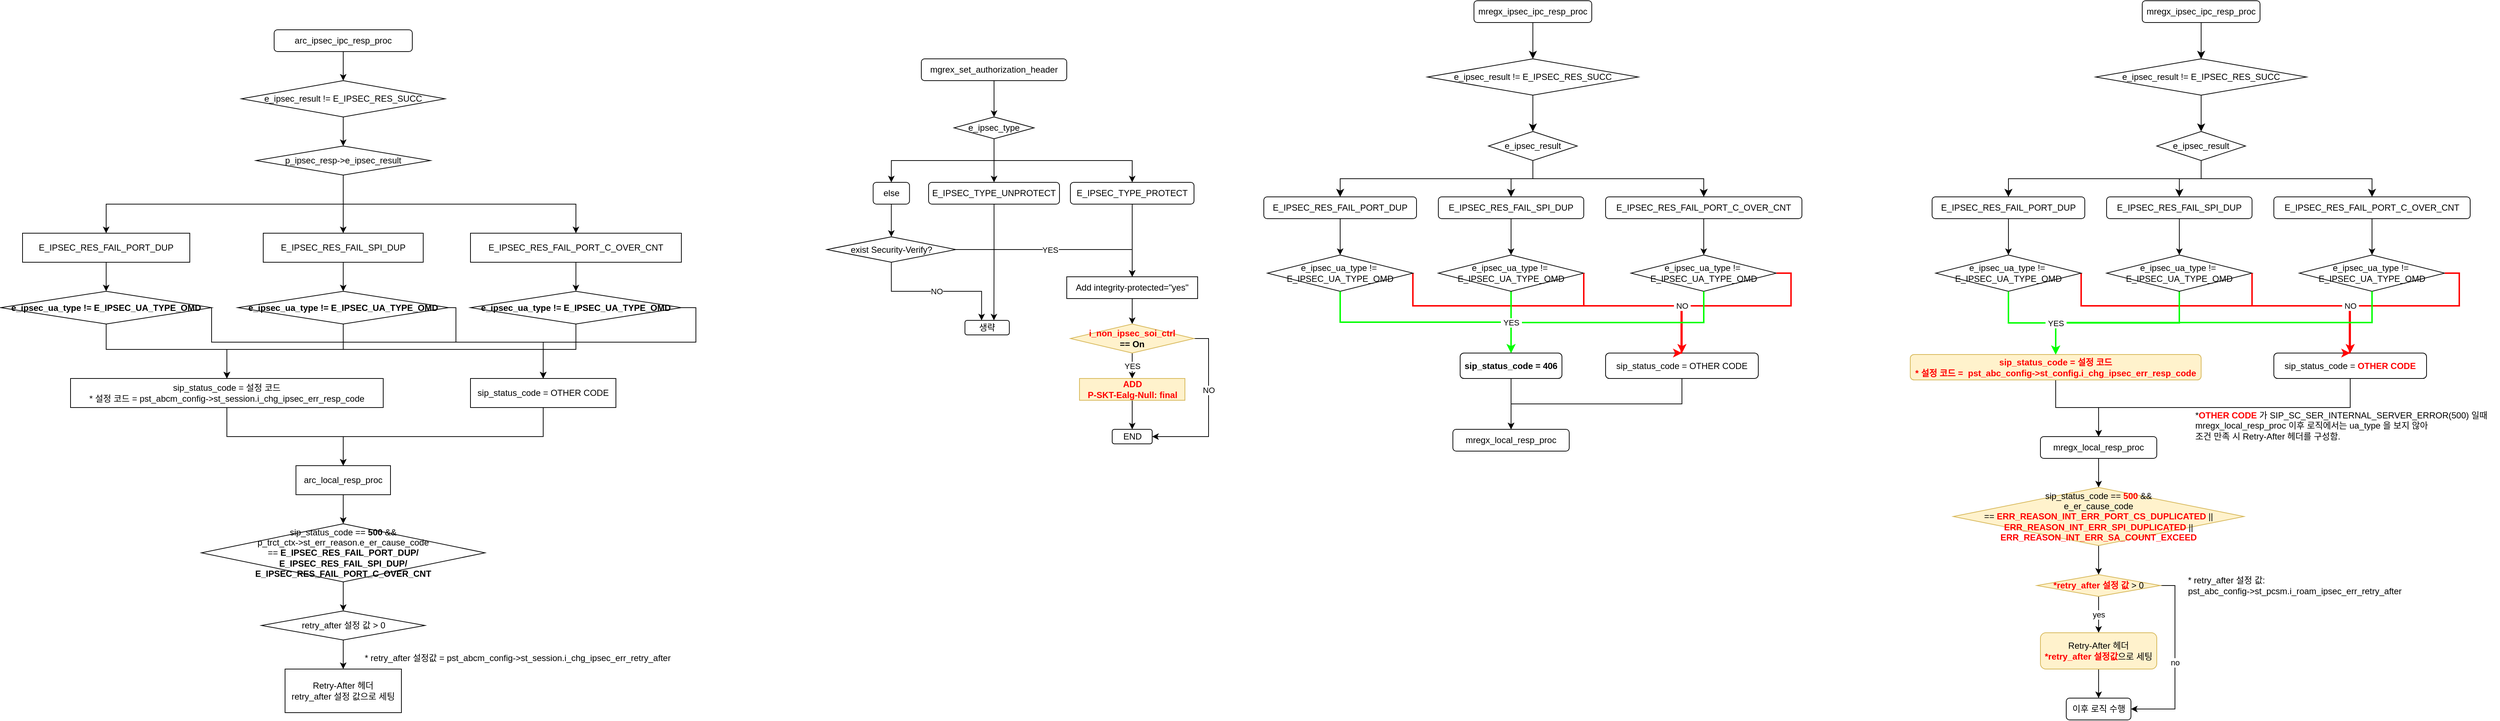
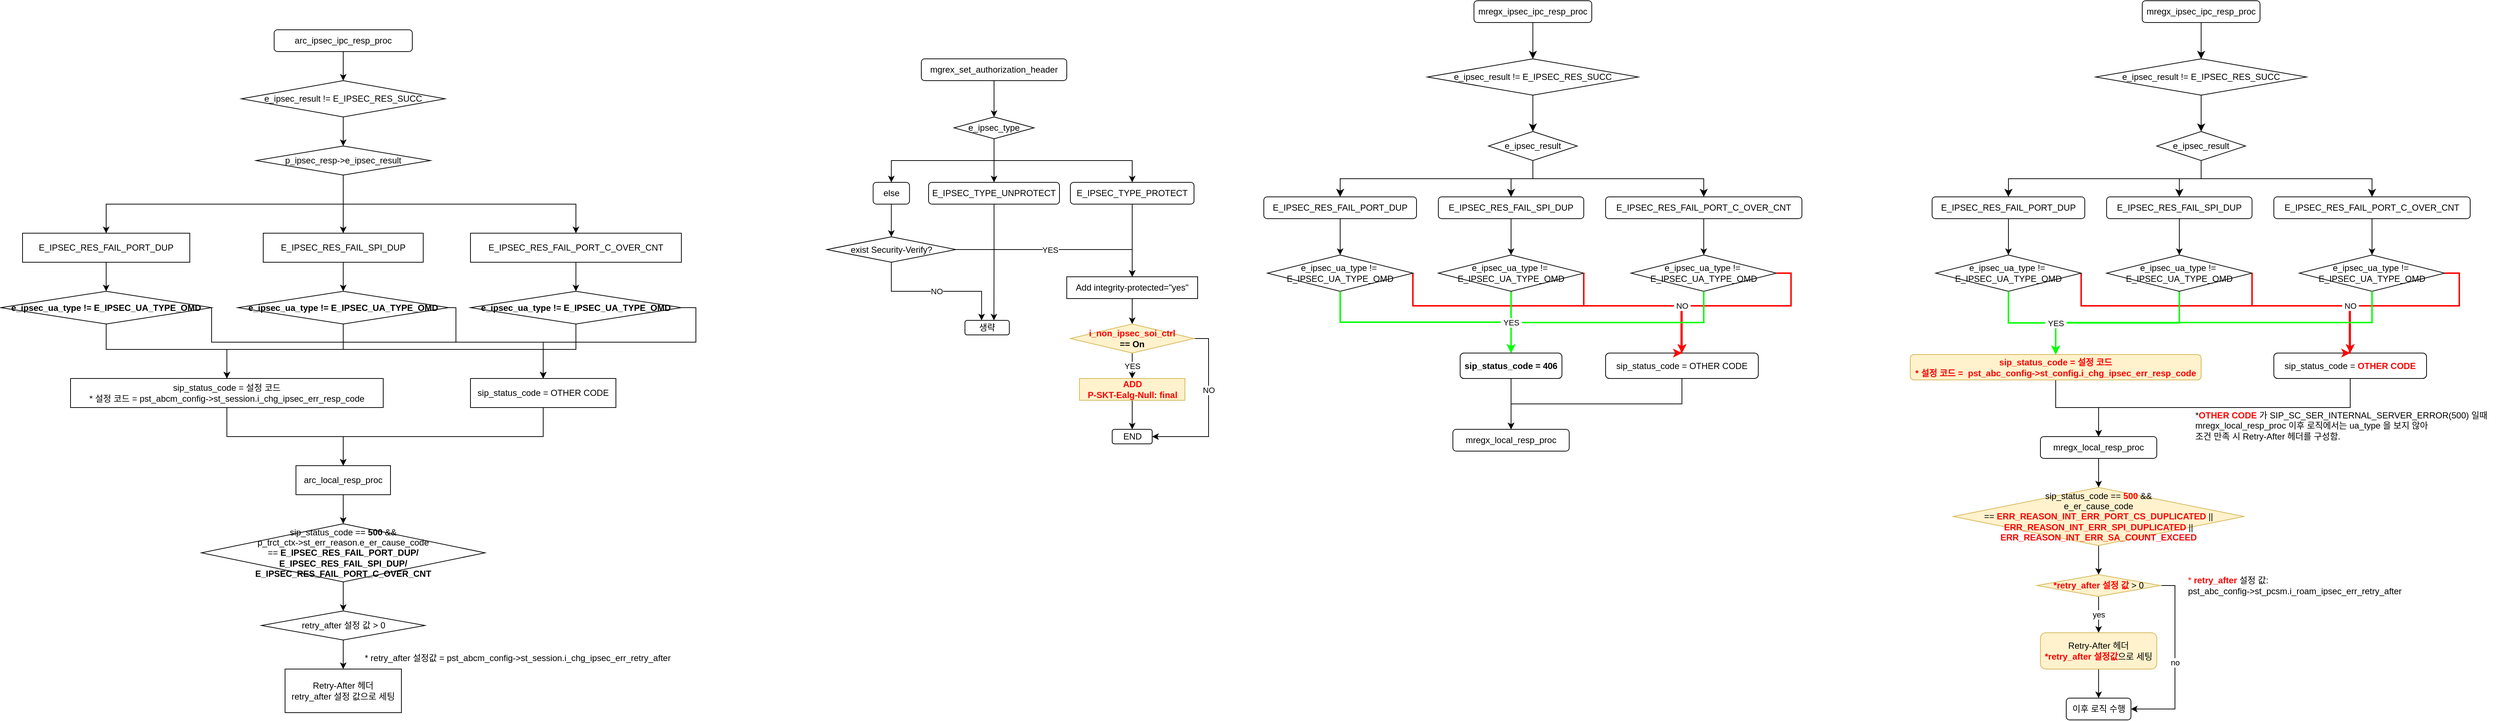
<mxfile host="app.diagrams.net">
  <diagram name="페이지-1" id="m8fQX8wD3sIqdr1Rjxz5">
    <mxGraphModel dx="2057" dy="646" grid="1" gridSize="10" guides="1" tooltips="1" connect="1" arrows="1" fold="1" page="1" pageScale="1" pageWidth="827" pageHeight="1169" math="0" shadow="0">
      <root>
        <mxCell id="0" />
        <mxCell id="1" parent="0" />
        <mxCell id="ojS5_yHJFsPbv8XDm5Tb-1" edge="1" parent="1" source="ojS5_yHJFsPbv8XDm5Tb-2" style="edgeStyle=orthogonalEdgeStyle;rounded=0;orthogonalLoop=1;jettySize=auto;html=1;exitX=0.5;exitY=1;exitDx=0;exitDy=0;entryX=0.5;entryY=0;entryDx=0;entryDy=0;labelBackgroundColor=none;fontColor=default;" target="ojS5_yHJFsPbv8XDm5Tb-4">
          <mxGeometry relative="1" as="geometry" />
        </mxCell>
        <mxCell id="ojS5_yHJFsPbv8XDm5Tb-2" parent="1" style="rounded=1;whiteSpace=wrap;html=1;labelBackgroundColor=none;" value="arc_ipsec_ipc_resp_proc" vertex="1">
          <mxGeometry height="30" width="190" x="350" y="120" as="geometry" />
        </mxCell>
        <mxCell id="ojS5_yHJFsPbv8XDm5Tb-3" edge="1" parent="1" source="ojS5_yHJFsPbv8XDm5Tb-4" style="edgeStyle=orthogonalEdgeStyle;rounded=0;orthogonalLoop=1;jettySize=auto;html=1;exitX=0.5;exitY=1;exitDx=0;exitDy=0;entryX=0.5;entryY=0;entryDx=0;entryDy=0;labelBackgroundColor=none;fontColor=default;" target="ojS5_yHJFsPbv8XDm5Tb-8">
          <mxGeometry relative="1" as="geometry" />
        </mxCell>
        <mxCell id="ojS5_yHJFsPbv8XDm5Tb-4" parent="1" style="rhombus;whiteSpace=wrap;html=1;labelBackgroundColor=none;" value="e_ipsec_result != E_IPSEC_RES_SUCC" vertex="1">
          <mxGeometry height="50" width="280" x="305" y="190" as="geometry" />
        </mxCell>
        <mxCell id="ojS5_yHJFsPbv8XDm5Tb-5" edge="1" parent="1" source="ojS5_yHJFsPbv8XDm5Tb-8" style="edgeStyle=orthogonalEdgeStyle;rounded=0;orthogonalLoop=1;jettySize=auto;html=1;exitX=0.5;exitY=1;exitDx=0;exitDy=0;entryX=0.5;entryY=0;entryDx=0;entryDy=0;labelBackgroundColor=none;fontColor=default;" target="ojS5_yHJFsPbv8XDm5Tb-10">
          <mxGeometry relative="1" as="geometry" />
        </mxCell>
        <mxCell id="ojS5_yHJFsPbv8XDm5Tb-6" edge="1" parent="1" source="ojS5_yHJFsPbv8XDm5Tb-8" style="edgeStyle=orthogonalEdgeStyle;rounded=0;orthogonalLoop=1;jettySize=auto;html=1;exitX=0.5;exitY=1;exitDx=0;exitDy=0;entryX=0.5;entryY=0;entryDx=0;entryDy=0;labelBackgroundColor=none;fontColor=default;" target="ojS5_yHJFsPbv8XDm5Tb-12">
          <mxGeometry relative="1" as="geometry" />
        </mxCell>
        <mxCell id="ojS5_yHJFsPbv8XDm5Tb-7" edge="1" parent="1" source="ojS5_yHJFsPbv8XDm5Tb-8" style="edgeStyle=orthogonalEdgeStyle;rounded=0;orthogonalLoop=1;jettySize=auto;html=1;exitX=0.5;exitY=1;exitDx=0;exitDy=0;entryX=0.5;entryY=0;entryDx=0;entryDy=0;labelBackgroundColor=none;fontColor=default;" target="ojS5_yHJFsPbv8XDm5Tb-14">
          <mxGeometry relative="1" as="geometry" />
        </mxCell>
        <mxCell id="ojS5_yHJFsPbv8XDm5Tb-8" parent="1" style="rhombus;whiteSpace=wrap;html=1;labelBackgroundColor=none;" value="p_ipsec_resp-&amp;gt;e_ipsec_result" vertex="1">
          <mxGeometry height="40" width="240" x="325" y="280" as="geometry" />
        </mxCell>
        <mxCell id="ojS5_yHJFsPbv8XDm5Tb-9" edge="1" parent="1" source="ojS5_yHJFsPbv8XDm5Tb-10" style="edgeStyle=orthogonalEdgeStyle;rounded=0;orthogonalLoop=1;jettySize=auto;html=1;exitX=0.5;exitY=1;exitDx=0;exitDy=0;entryX=0.5;entryY=0;entryDx=0;entryDy=0;labelBackgroundColor=none;fontColor=default;" target="ojS5_yHJFsPbv8XDm5Tb-17">
          <mxGeometry relative="1" as="geometry" />
        </mxCell>
        <mxCell id="ojS5_yHJFsPbv8XDm5Tb-10" parent="1" style="rounded=0;whiteSpace=wrap;html=1;labelBackgroundColor=none;" value="E_IPSEC_RES_FAIL_PORT_DUP" vertex="1">
          <mxGeometry height="40" width="230" x="4" y="400" as="geometry" />
        </mxCell>
        <mxCell id="ojS5_yHJFsPbv8XDm5Tb-11" edge="1" parent="1" source="ojS5_yHJFsPbv8XDm5Tb-12" style="edgeStyle=orthogonalEdgeStyle;rounded=0;orthogonalLoop=1;jettySize=auto;html=1;exitX=0.5;exitY=1;exitDx=0;exitDy=0;entryX=0.5;entryY=0;entryDx=0;entryDy=0;labelBackgroundColor=none;fontColor=default;" target="ojS5_yHJFsPbv8XDm5Tb-20">
          <mxGeometry relative="1" as="geometry" />
        </mxCell>
        <mxCell id="ojS5_yHJFsPbv8XDm5Tb-12" parent="1" style="rounded=0;whiteSpace=wrap;html=1;labelBackgroundColor=none;" value="E_IPSEC_RES_FAIL_SPI_DUP" vertex="1">
          <mxGeometry height="40" width="220" x="335" y="400" as="geometry" />
        </mxCell>
        <mxCell id="ojS5_yHJFsPbv8XDm5Tb-13" edge="1" parent="1" source="ojS5_yHJFsPbv8XDm5Tb-14" style="edgeStyle=orthogonalEdgeStyle;rounded=0;orthogonalLoop=1;jettySize=auto;html=1;exitX=0.5;exitY=1;exitDx=0;exitDy=0;entryX=0.5;entryY=0;entryDx=0;entryDy=0;labelBackgroundColor=none;fontColor=default;" target="ojS5_yHJFsPbv8XDm5Tb-23">
          <mxGeometry relative="1" as="geometry" />
        </mxCell>
        <mxCell id="ojS5_yHJFsPbv8XDm5Tb-14" parent="1" style="rounded=0;whiteSpace=wrap;html=1;labelBackgroundColor=none;" value="E_IPSEC_RES_FAIL_PORT_C_OVER_CNT" vertex="1">
          <mxGeometry height="40" width="290" x="620" y="400" as="geometry" />
        </mxCell>
        <mxCell id="ojS5_yHJFsPbv8XDm5Tb-15" edge="1" parent="1" source="ojS5_yHJFsPbv8XDm5Tb-17" style="edgeStyle=orthogonalEdgeStyle;rounded=0;orthogonalLoop=1;jettySize=auto;html=1;exitX=1;exitY=0.5;exitDx=0;exitDy=0;entryX=0.5;entryY=0;entryDx=0;entryDy=0;labelBackgroundColor=none;fontColor=default;" target="ojS5_yHJFsPbv8XDm5Tb-27">
          <mxGeometry relative="1" as="geometry">
            <Array as="points">
              <mxPoint x="264" y="550" />
              <mxPoint x="720" y="550" />
            </Array>
          </mxGeometry>
        </mxCell>
        <mxCell id="ojS5_yHJFsPbv8XDm5Tb-16" edge="1" parent="1" source="ojS5_yHJFsPbv8XDm5Tb-17" style="edgeStyle=orthogonalEdgeStyle;rounded=0;orthogonalLoop=1;jettySize=auto;html=1;exitX=0.5;exitY=1;exitDx=0;exitDy=0;entryX=0.5;entryY=0;entryDx=0;entryDy=0;labelBackgroundColor=none;fontColor=default;" target="ojS5_yHJFsPbv8XDm5Tb-25">
          <mxGeometry relative="1" as="geometry">
            <Array as="points">
              <mxPoint x="119" y="560" />
              <mxPoint x="285" y="560" />
            </Array>
          </mxGeometry>
        </mxCell>
        <mxCell id="ojS5_yHJFsPbv8XDm5Tb-17" parent="1" style="rhombus;whiteSpace=wrap;html=1;labelBackgroundColor=none;" value="&lt;b&gt;e_ipsec_ua_type != E_IPSEC_UA_TYPE_OMD&lt;/b&gt;" vertex="1">
          <mxGeometry height="45" width="290" x="-26" y="480" as="geometry" />
        </mxCell>
        <mxCell id="ojS5_yHJFsPbv8XDm5Tb-18" edge="1" parent="1" source="ojS5_yHJFsPbv8XDm5Tb-20" style="edgeStyle=orthogonalEdgeStyle;rounded=0;orthogonalLoop=1;jettySize=auto;html=1;exitX=1;exitY=0.5;exitDx=0;exitDy=0;entryX=0.5;entryY=0;entryDx=0;entryDy=0;labelBackgroundColor=none;fontColor=default;" target="ojS5_yHJFsPbv8XDm5Tb-27">
          <mxGeometry relative="1" as="geometry">
            <Array as="points">
              <mxPoint x="600" y="503" />
              <mxPoint x="600" y="550" />
              <mxPoint x="720" y="550" />
            </Array>
          </mxGeometry>
        </mxCell>
        <mxCell id="ojS5_yHJFsPbv8XDm5Tb-19" edge="1" parent="1" source="ojS5_yHJFsPbv8XDm5Tb-20" style="edgeStyle=orthogonalEdgeStyle;rounded=0;orthogonalLoop=1;jettySize=auto;html=1;exitX=0.5;exitY=1;exitDx=0;exitDy=0;entryX=0.5;entryY=0;entryDx=0;entryDy=0;labelBackgroundColor=none;fontColor=default;" target="ojS5_yHJFsPbv8XDm5Tb-25">
          <mxGeometry relative="1" as="geometry">
            <Array as="points">
              <mxPoint x="445" y="560" />
              <mxPoint x="285" y="560" />
            </Array>
          </mxGeometry>
        </mxCell>
        <mxCell id="ojS5_yHJFsPbv8XDm5Tb-20" parent="1" style="rhombus;whiteSpace=wrap;html=1;labelBackgroundColor=none;" value="&lt;b&gt;e_ipsec_ua_type != E_IPSEC_UA_TYPE_OMD&lt;/b&gt;" vertex="1">
          <mxGeometry height="45" width="290" x="300" y="480" as="geometry" />
        </mxCell>
        <mxCell id="ojS5_yHJFsPbv8XDm5Tb-21" edge="1" parent="1" source="ojS5_yHJFsPbv8XDm5Tb-23" style="edgeStyle=orthogonalEdgeStyle;rounded=0;orthogonalLoop=1;jettySize=auto;html=1;exitX=1;exitY=0.5;exitDx=0;exitDy=0;entryX=0.5;entryY=0;entryDx=0;entryDy=0;labelBackgroundColor=none;fontColor=default;" target="ojS5_yHJFsPbv8XDm5Tb-27">
          <mxGeometry relative="1" as="geometry">
            <Array as="points">
              <mxPoint x="930" y="503" />
              <mxPoint x="930" y="550" />
              <mxPoint x="720" y="550" />
            </Array>
          </mxGeometry>
        </mxCell>
        <mxCell id="ojS5_yHJFsPbv8XDm5Tb-22" edge="1" parent="1" source="ojS5_yHJFsPbv8XDm5Tb-23" style="edgeStyle=orthogonalEdgeStyle;rounded=0;orthogonalLoop=1;jettySize=auto;html=1;exitX=0.5;exitY=1;exitDx=0;exitDy=0;entryX=0.5;entryY=0;entryDx=0;entryDy=0;labelBackgroundColor=none;fontColor=default;" target="ojS5_yHJFsPbv8XDm5Tb-25">
          <mxGeometry relative="1" as="geometry">
            <Array as="points">
              <mxPoint x="765" y="560" />
              <mxPoint x="285" y="560" />
            </Array>
          </mxGeometry>
        </mxCell>
        <mxCell id="ojS5_yHJFsPbv8XDm5Tb-23" parent="1" style="rhombus;whiteSpace=wrap;html=1;labelBackgroundColor=none;" value="&lt;b&gt;e_ipsec_ua_type != E_IPSEC_UA_TYPE_OMD&lt;/b&gt;" vertex="1">
          <mxGeometry height="45" width="290" x="620" y="480" as="geometry" />
        </mxCell>
        <mxCell id="ojS5_yHJFsPbv8XDm5Tb-24" edge="1" parent="1" source="ojS5_yHJFsPbv8XDm5Tb-25" style="edgeStyle=orthogonalEdgeStyle;rounded=0;orthogonalLoop=1;jettySize=auto;html=1;exitX=0.5;exitY=1;exitDx=0;exitDy=0;entryX=0.5;entryY=0;entryDx=0;entryDy=0;labelBackgroundColor=none;fontColor=default;" target="ojS5_yHJFsPbv8XDm5Tb-29">
          <mxGeometry relative="1" as="geometry" />
        </mxCell>
        <mxCell id="ojS5_yHJFsPbv8XDm5Tb-25" parent="1" style="rounded=0;whiteSpace=wrap;html=1;labelBackgroundColor=none;" value="sip_status_code = 설정 코드&lt;div&gt;* 설정 코드 = pst_abcm_config-&amp;gt;st_session.i_chg_ipsec_err_resp_code&lt;/div&gt;" vertex="1">
          <mxGeometry height="40" width="430" x="70" y="600" as="geometry" />
        </mxCell>
        <mxCell id="ojS5_yHJFsPbv8XDm5Tb-26" edge="1" parent="1" source="ojS5_yHJFsPbv8XDm5Tb-27" style="edgeStyle=orthogonalEdgeStyle;rounded=0;orthogonalLoop=1;jettySize=auto;html=1;exitX=0.5;exitY=1;exitDx=0;exitDy=0;entryX=0.5;entryY=0;entryDx=0;entryDy=0;labelBackgroundColor=none;fontColor=default;" target="ojS5_yHJFsPbv8XDm5Tb-29">
          <mxGeometry relative="1" as="geometry" />
        </mxCell>
        <mxCell id="ojS5_yHJFsPbv8XDm5Tb-27" parent="1" style="rounded=0;whiteSpace=wrap;html=1;labelBackgroundColor=none;" value="sip_status_code = OTHER CODE" vertex="1">
          <mxGeometry height="40" width="200" x="620" y="600" as="geometry" />
        </mxCell>
        <mxCell id="ojS5_yHJFsPbv8XDm5Tb-28" edge="1" parent="1" source="ojS5_yHJFsPbv8XDm5Tb-29" style="edgeStyle=orthogonalEdgeStyle;rounded=0;orthogonalLoop=1;jettySize=auto;html=1;exitX=0.5;exitY=1;exitDx=0;exitDy=0;entryX=0.5;entryY=0;entryDx=0;entryDy=0;labelBackgroundColor=none;fontColor=default;" target="ojS5_yHJFsPbv8XDm5Tb-31">
          <mxGeometry relative="1" as="geometry" />
        </mxCell>
        <mxCell id="ojS5_yHJFsPbv8XDm5Tb-29" parent="1" style="rounded=0;whiteSpace=wrap;html=1;labelBackgroundColor=none;" value="arc_local_resp_proc" vertex="1">
          <mxGeometry height="40" width="130" x="380" y="720" as="geometry" />
        </mxCell>
        <mxCell id="ojS5_yHJFsPbv8XDm5Tb-30" edge="1" parent="1" source="ojS5_yHJFsPbv8XDm5Tb-31" style="edgeStyle=orthogonalEdgeStyle;rounded=0;orthogonalLoop=1;jettySize=auto;html=1;exitX=0.5;exitY=1;exitDx=0;exitDy=0;entryX=0.5;entryY=0;entryDx=0;entryDy=0;labelBackgroundColor=none;fontColor=default;" target="ojS5_yHJFsPbv8XDm5Tb-33">
          <mxGeometry relative="1" as="geometry" />
        </mxCell>
        <mxCell id="ojS5_yHJFsPbv8XDm5Tb-31" parent="1" style="rhombus;whiteSpace=wrap;html=1;labelBackgroundColor=none;" value="sip_status_code == &lt;b&gt;500&lt;/b&gt; &amp;amp;&amp;amp;&lt;div&gt;p_trct_ctx-&amp;gt;st_err_reason.e_er_cause_code ==&amp;nbsp;&lt;span style=&quot;background-color: transparent; color: light-dark(rgb(0, 0, 0), rgb(255, 255, 255));&quot;&gt;&lt;b&gt;E_IPSEC_RES_FAIL_PORT_DUP/&lt;/b&gt;&lt;/span&gt;&lt;/div&gt;&lt;div&gt;&lt;b&gt;E_IPSEC_RES_FAIL_SPI_DUP/&lt;span style=&quot;background-color: transparent; color: light-dark(rgb(0, 0, 0), rgb(255, 255, 255));&quot;&gt;&lt;/span&gt;&lt;/b&gt;&lt;/div&gt;&lt;div&gt;&lt;b&gt;E_IPSEC_RES_FAIL_PORT_C_OVER_CNT&lt;/b&gt;&lt;/div&gt;" vertex="1">
          <mxGeometry height="80" width="390" x="250" y="800" as="geometry" />
        </mxCell>
        <mxCell id="ojS5_yHJFsPbv8XDm5Tb-32" edge="1" parent="1" source="ojS5_yHJFsPbv8XDm5Tb-33" style="edgeStyle=orthogonalEdgeStyle;rounded=0;orthogonalLoop=1;jettySize=auto;html=1;exitX=0.5;exitY=1;exitDx=0;exitDy=0;entryX=0.5;entryY=0;entryDx=0;entryDy=0;labelBackgroundColor=none;fontColor=default;" target="ojS5_yHJFsPbv8XDm5Tb-35">
          <mxGeometry relative="1" as="geometry" />
        </mxCell>
        <mxCell id="ojS5_yHJFsPbv8XDm5Tb-33" parent="1" style="rhombus;whiteSpace=wrap;html=1;labelBackgroundColor=none;" value="retry_after 설정 값 &amp;gt; 0" vertex="1">
          <mxGeometry height="40" width="225" x="332.5" y="920" as="geometry" />
        </mxCell>
        <mxCell id="ojS5_yHJFsPbv8XDm5Tb-34" parent="1" style="text;html=1;whiteSpace=wrap;strokeColor=none;fillColor=none;align=center;verticalAlign=middle;rounded=0;labelBackgroundColor=none;" value="* retry_after 설정값 =&amp;nbsp;pst_abcm_config-&amp;gt;st_session.i_chg_ipsec_err_retry_after" vertex="1">
          <mxGeometry height="30" width="450" x="460" y="970" as="geometry" />
        </mxCell>
        <mxCell id="ojS5_yHJFsPbv8XDm5Tb-35" parent="1" style="rounded=0;whiteSpace=wrap;html=1;labelBackgroundColor=none;" value="Retry-After 헤더&lt;div&gt;retry_after 설정 값으로 세팅&lt;/div&gt;" vertex="1">
          <mxGeometry height="60" width="160" x="365" y="1000" as="geometry" />
        </mxCell>
        <mxCell id="ojS5_yHJFsPbv8XDm5Tb-36" edge="1" parent="1" source="ojS5_yHJFsPbv8XDm5Tb-37" style="edgeStyle=orthogonalEdgeStyle;rounded=0;orthogonalLoop=1;jettySize=auto;html=1;exitX=0.5;exitY=1;exitDx=0;exitDy=0;entryX=0.5;entryY=0;entryDx=0;entryDy=0;labelBackgroundColor=none;fontColor=default;" target="ojS5_yHJFsPbv8XDm5Tb-41">
          <mxGeometry relative="1" as="geometry" />
        </mxCell>
        <mxCell id="ojS5_yHJFsPbv8XDm5Tb-37" parent="1" style="rounded=1;whiteSpace=wrap;html=1;labelBackgroundColor=none;" value="mgrex_set_authorization_header" vertex="1">
          <mxGeometry height="30" width="200" x="1240" y="160" as="geometry" />
        </mxCell>
        <mxCell id="ojS5_yHJFsPbv8XDm5Tb-38" edge="1" parent="1" source="ojS5_yHJFsPbv8XDm5Tb-41" style="edgeStyle=orthogonalEdgeStyle;rounded=0;orthogonalLoop=1;jettySize=auto;html=1;exitX=0.5;exitY=1;exitDx=0;exitDy=0;entryX=0.5;entryY=0;entryDx=0;entryDy=0;labelBackgroundColor=none;fontColor=default;" target="ojS5_yHJFsPbv8XDm5Tb-43">
          <mxGeometry relative="1" as="geometry" />
        </mxCell>
        <mxCell id="ojS5_yHJFsPbv8XDm5Tb-39" edge="1" parent="1" source="ojS5_yHJFsPbv8XDm5Tb-41" style="edgeStyle=orthogonalEdgeStyle;rounded=0;orthogonalLoop=1;jettySize=auto;html=1;exitX=0.5;exitY=1;exitDx=0;exitDy=0;entryX=0.5;entryY=0;entryDx=0;entryDy=0;labelBackgroundColor=none;fontColor=default;" target="ojS5_yHJFsPbv8XDm5Tb-45">
          <mxGeometry relative="1" as="geometry" />
        </mxCell>
        <mxCell id="ojS5_yHJFsPbv8XDm5Tb-40" edge="1" parent="1" source="ojS5_yHJFsPbv8XDm5Tb-41" style="edgeStyle=orthogonalEdgeStyle;rounded=0;orthogonalLoop=1;jettySize=auto;html=1;exitX=0.5;exitY=1;exitDx=0;exitDy=0;entryX=0.5;entryY=0;entryDx=0;entryDy=0;labelBackgroundColor=none;fontColor=default;" target="ojS5_yHJFsPbv8XDm5Tb-47">
          <mxGeometry relative="1" as="geometry" />
        </mxCell>
        <mxCell id="ojS5_yHJFsPbv8XDm5Tb-41" parent="1" style="rhombus;whiteSpace=wrap;html=1;labelBackgroundColor=none;" value="e_ipsec_type" vertex="1">
          <mxGeometry height="30" width="110" x="1285" y="240" as="geometry" />
        </mxCell>
        <mxCell id="ojS5_yHJFsPbv8XDm5Tb-42" edge="1" parent="1" source="ojS5_yHJFsPbv8XDm5Tb-43" style="edgeStyle=orthogonalEdgeStyle;rounded=0;orthogonalLoop=1;jettySize=auto;html=1;exitX=0.5;exitY=1;exitDx=0;exitDy=0;entryX=0.5;entryY=0;entryDx=0;entryDy=0;labelBackgroundColor=none;fontColor=default;" target="ojS5_yHJFsPbv8XDm5Tb-49">
          <mxGeometry relative="1" as="geometry" />
        </mxCell>
        <mxCell id="ojS5_yHJFsPbv8XDm5Tb-43" parent="1" style="rounded=1;whiteSpace=wrap;html=1;labelBackgroundColor=none;" value="E_IPSEC_TYPE_PROTECT" vertex="1">
          <mxGeometry height="30" width="170" x="1445" y="330" as="geometry" />
        </mxCell>
        <mxCell id="ojS5_yHJFsPbv8XDm5Tb-44" edge="1" parent="1" source="ojS5_yHJFsPbv8XDm5Tb-45" style="edgeStyle=orthogonalEdgeStyle;rounded=0;orthogonalLoop=1;jettySize=auto;html=1;exitX=0.5;exitY=1;exitDx=0;exitDy=0;entryX=0.653;entryY=0.002;entryDx=0;entryDy=0;entryPerimeter=0;" target="ojS5_yHJFsPbv8XDm5Tb-59">
          <mxGeometry relative="1" as="geometry">
            <mxPoint x="1339.9411764705883" y="520" as="targetPoint" />
          </mxGeometry>
        </mxCell>
        <mxCell id="ojS5_yHJFsPbv8XDm5Tb-45" parent="1" style="rounded=1;whiteSpace=wrap;html=1;labelBackgroundColor=none;" value="E_IPSEC_TYPE_UNPROTECT" vertex="1">
          <mxGeometry height="30" width="180" x="1250" y="330" as="geometry" />
        </mxCell>
        <mxCell id="ojS5_yHJFsPbv8XDm5Tb-46" edge="1" parent="1" source="ojS5_yHJFsPbv8XDm5Tb-47" style="edgeStyle=orthogonalEdgeStyle;rounded=0;orthogonalLoop=1;jettySize=auto;html=1;exitX=0.5;exitY=1;exitDx=0;exitDy=0;entryX=0.5;entryY=0;entryDx=0;entryDy=0;" target="ojS5_yHJFsPbv8XDm5Tb-58">
          <mxGeometry relative="1" as="geometry" />
        </mxCell>
        <mxCell id="ojS5_yHJFsPbv8XDm5Tb-47" parent="1" style="rounded=1;whiteSpace=wrap;html=1;labelBackgroundColor=none;" value="else" vertex="1">
          <mxGeometry height="30" width="50" x="1173.75" y="330" as="geometry" />
        </mxCell>
        <mxCell id="ojS5_yHJFsPbv8XDm5Tb-48" edge="1" parent="1" source="ojS5_yHJFsPbv8XDm5Tb-49" style="edgeStyle=orthogonalEdgeStyle;rounded=0;orthogonalLoop=1;jettySize=auto;html=1;exitX=0.5;exitY=1;exitDx=0;exitDy=0;entryX=0.5;entryY=0;entryDx=0;entryDy=0;" target="ojS5_yHJFsPbv8XDm5Tb-52">
          <mxGeometry relative="1" as="geometry" />
        </mxCell>
        <mxCell id="ojS5_yHJFsPbv8XDm5Tb-49" parent="1" style="rounded=0;whiteSpace=wrap;html=1;labelBackgroundColor=none;" value="Add integrity-protected=&quot;yes&quot;" vertex="1">
          <mxGeometry height="30" width="180" x="1440" y="460" as="geometry" />
        </mxCell>
        <mxCell id="ojS5_yHJFsPbv8XDm5Tb-50" edge="1" parent="1" source="ojS5_yHJFsPbv8XDm5Tb-52" style="edgeStyle=orthogonalEdgeStyle;rounded=0;orthogonalLoop=1;jettySize=auto;html=1;exitX=0.5;exitY=1;exitDx=0;exitDy=0;entryX=0.5;entryY=0;entryDx=0;entryDy=0;" target="ojS5_yHJFsPbv8XDm5Tb-54" value="YES">
          <mxGeometry relative="1" as="geometry" />
        </mxCell>
        <mxCell id="ojS5_yHJFsPbv8XDm5Tb-51" edge="1" parent="1" source="ojS5_yHJFsPbv8XDm5Tb-52" style="edgeStyle=orthogonalEdgeStyle;rounded=0;orthogonalLoop=1;jettySize=auto;html=1;exitX=1;exitY=0.5;exitDx=0;exitDy=0;entryX=1;entryY=0.5;entryDx=0;entryDy=0;" target="ojS5_yHJFsPbv8XDm5Tb-55" value="NO">
          <mxGeometry relative="1" x="-0.2233" as="geometry">
            <mxPoint as="offset" />
          </mxGeometry>
        </mxCell>
        <mxCell id="ojS5_yHJFsPbv8XDm5Tb-52" parent="1" style="rhombus;whiteSpace=wrap;html=1;fillColor=#fff2cc;strokeColor=#d6b656;" value="&lt;b&gt;&lt;font style=&quot;color: rgb(255, 0, 0);&quot;&gt;i_non_ipsec_soi_ctrl&lt;/font&gt;&lt;br&gt;== On&lt;/b&gt;" vertex="1">
          <mxGeometry height="40" width="170" x="1445" y="525" as="geometry" />
        </mxCell>
        <mxCell id="ojS5_yHJFsPbv8XDm5Tb-53" edge="1" parent="1" source="ojS5_yHJFsPbv8XDm5Tb-54" style="edgeStyle=orthogonalEdgeStyle;rounded=0;orthogonalLoop=1;jettySize=auto;html=1;exitX=0.5;exitY=1;exitDx=0;exitDy=0;entryX=0.5;entryY=0;entryDx=0;entryDy=0;" target="ojS5_yHJFsPbv8XDm5Tb-55">
          <mxGeometry relative="1" as="geometry" />
        </mxCell>
        <mxCell id="ojS5_yHJFsPbv8XDm5Tb-54" parent="1" style="rounded=0;whiteSpace=wrap;html=1;fillColor=#fff2cc;strokeColor=#d6b656;" value="&lt;b&gt;&lt;font style=&quot;color: rgb(255, 0, 0);&quot;&gt;ADD&lt;/font&gt;&lt;/b&gt;&lt;div&gt;&lt;b&gt;&lt;font style=&quot;color: rgb(255, 0, 0);&quot;&gt;P-SKT-Ealg-Null: final&lt;/font&gt;&lt;/b&gt;&lt;/div&gt;" vertex="1">
          <mxGeometry height="30" width="145" x="1457.5" y="600" as="geometry" />
        </mxCell>
        <mxCell id="ojS5_yHJFsPbv8XDm5Tb-55" parent="1" style="rounded=1;whiteSpace=wrap;html=1;" value="END" vertex="1">
          <mxGeometry height="20" width="55" x="1502.5" y="670" as="geometry" />
        </mxCell>
        <mxCell id="ojS5_yHJFsPbv8XDm5Tb-56" edge="1" parent="1" source="ojS5_yHJFsPbv8XDm5Tb-58" style="edgeStyle=orthogonalEdgeStyle;rounded=0;orthogonalLoop=1;jettySize=auto;html=1;exitX=1;exitY=0.5;exitDx=0;exitDy=0;entryX=0.5;entryY=0;entryDx=0;entryDy=0;" target="ojS5_yHJFsPbv8XDm5Tb-49" value="YES">
          <mxGeometry relative="1" x="-0.0774" as="geometry">
            <mxPoint as="offset" />
          </mxGeometry>
        </mxCell>
        <mxCell id="ojS5_yHJFsPbv8XDm5Tb-57" edge="1" parent="1" source="ojS5_yHJFsPbv8XDm5Tb-58" style="edgeStyle=orthogonalEdgeStyle;rounded=0;orthogonalLoop=1;jettySize=auto;html=1;exitX=0.5;exitY=1;exitDx=0;exitDy=0;entryX=0.375;entryY=-0.001;entryDx=0;entryDy=0;entryPerimeter=0;" target="ojS5_yHJFsPbv8XDm5Tb-59" value="NO">
          <mxGeometry relative="1" as="geometry">
            <mxPoint x="1175.1176470588234" y="520" as="targetPoint" />
          </mxGeometry>
        </mxCell>
        <mxCell id="ojS5_yHJFsPbv8XDm5Tb-58" parent="1" style="rhombus;whiteSpace=wrap;html=1;" value="exist&amp;nbsp;&lt;span style=&quot;background-color: transparent; color: light-dark(rgb(0, 0, 0), rgb(255, 255, 255));&quot;&gt;Security-Verify?&lt;/span&gt;" vertex="1">
          <mxGeometry height="35" width="177.5" x="1110" y="405" as="geometry" />
        </mxCell>
        <mxCell id="ojS5_yHJFsPbv8XDm5Tb-59" parent="1" style="rounded=1;whiteSpace=wrap;html=1;" value="생략" vertex="1">
          <mxGeometry height="20" width="61" x="1300" y="520" as="geometry" />
        </mxCell>
        <mxCell id="v6OCQPZjq4ElUTE85C_Q-3" edge="1" parent="1" source="v6OCQPZjq4ElUTE85C_Q-1" style="edgeStyle=none;curved=1;rounded=0;orthogonalLoop=1;jettySize=auto;html=1;exitX=0.5;exitY=1;exitDx=0;exitDy=0;entryX=0.5;entryY=0;entryDx=0;entryDy=0;fontSize=12;startSize=8;endSize=8;" target="v6OCQPZjq4ElUTE85C_Q-2">
          <mxGeometry relative="1" as="geometry" />
        </mxCell>
        <mxCell id="v6OCQPZjq4ElUTE85C_Q-1" parent="1" style="rounded=1;whiteSpace=wrap;html=1;" value="mregx_ipsec_ipc_resp_proc" vertex="1">
          <mxGeometry height="30" width="162" x="2000" y="80" as="geometry" />
        </mxCell>
        <mxCell id="v6OCQPZjq4ElUTE85C_Q-5" edge="1" parent="1" source="v6OCQPZjq4ElUTE85C_Q-2" style="edgeStyle=none;curved=1;rounded=0;orthogonalLoop=1;jettySize=auto;html=1;exitX=0.5;exitY=1;exitDx=0;exitDy=0;entryX=0.5;entryY=0;entryDx=0;entryDy=0;fontSize=12;startSize=8;endSize=8;" target="v6OCQPZjq4ElUTE85C_Q-4">
          <mxGeometry relative="1" as="geometry" />
        </mxCell>
        <mxCell id="v6OCQPZjq4ElUTE85C_Q-2" parent="1" style="rhombus;whiteSpace=wrap;html=1;" value="e_ipsec_result != E_IPSEC_RES_SUCC" vertex="1">
          <mxGeometry height="50" width="290" x="1936" y="160" as="geometry" />
        </mxCell>
        <mxCell id="v6OCQPZjq4ElUTE85C_Q-12" edge="1" parent="1" source="v6OCQPZjq4ElUTE85C_Q-4" style="edgeStyle=orthogonalEdgeStyle;rounded=0;orthogonalLoop=1;jettySize=auto;html=1;exitX=0.5;exitY=1;exitDx=0;exitDy=0;entryX=0.5;entryY=0;entryDx=0;entryDy=0;fontSize=12;startSize=8;endSize=8;" target="v6OCQPZjq4ElUTE85C_Q-7">
          <mxGeometry relative="1" as="geometry" />
        </mxCell>
        <mxCell id="v6OCQPZjq4ElUTE85C_Q-13" edge="1" parent="1" source="v6OCQPZjq4ElUTE85C_Q-4" style="edgeStyle=orthogonalEdgeStyle;rounded=0;orthogonalLoop=1;jettySize=auto;html=1;exitX=0.5;exitY=1;exitDx=0;exitDy=0;entryX=0.5;entryY=0;entryDx=0;entryDy=0;fontSize=12;startSize=8;endSize=8;" target="v6OCQPZjq4ElUTE85C_Q-8">
          <mxGeometry relative="1" as="geometry" />
        </mxCell>
        <mxCell id="v6OCQPZjq4ElUTE85C_Q-4" parent="1" style="rhombus;whiteSpace=wrap;html=1;" value="e_ipsec_result" vertex="1">
          <mxGeometry height="40" width="122" x="2020" y="260" as="geometry" />
        </mxCell>
        <mxCell id="NGHdp_gngWH9yrq0Q0_0-2" edge="1" parent="1" source="v6OCQPZjq4ElUTE85C_Q-6" style="edgeStyle=orthogonalEdgeStyle;rounded=0;orthogonalLoop=1;jettySize=auto;html=1;exitX=0.5;exitY=1;exitDx=0;exitDy=0;entryX=0.5;entryY=0;entryDx=0;entryDy=0;" target="NGHdp_gngWH9yrq0Q0_0-1">
          <mxGeometry relative="1" as="geometry" />
        </mxCell>
        <mxCell id="v6OCQPZjq4ElUTE85C_Q-6" parent="1" style="rounded=1;whiteSpace=wrap;html=1;" value="E_IPSEC_RES_FAIL_PORT_DUP" vertex="1">
          <mxGeometry height="30" width="210" x="1711" y="350" as="geometry" />
        </mxCell>
        <mxCell id="NGHdp_gngWH9yrq0Q0_0-5" edge="1" parent="1" source="v6OCQPZjq4ElUTE85C_Q-7" style="edgeStyle=orthogonalEdgeStyle;rounded=0;orthogonalLoop=1;jettySize=auto;html=1;exitX=0.5;exitY=1;exitDx=0;exitDy=0;entryX=0.5;entryY=0;entryDx=0;entryDy=0;" target="NGHdp_gngWH9yrq0Q0_0-3">
          <mxGeometry relative="1" as="geometry" />
        </mxCell>
        <mxCell id="v6OCQPZjq4ElUTE85C_Q-7" parent="1" style="rounded=1;whiteSpace=wrap;html=1;" value="E_IPSEC_RES_FAIL_SPI_DUP" vertex="1">
          <mxGeometry height="30" width="200" x="1951" y="350" as="geometry" />
        </mxCell>
        <mxCell id="NGHdp_gngWH9yrq0Q0_0-6" edge="1" parent="1" source="v6OCQPZjq4ElUTE85C_Q-8" style="edgeStyle=orthogonalEdgeStyle;rounded=0;orthogonalLoop=1;jettySize=auto;html=1;exitX=0.5;exitY=1;exitDx=0;exitDy=0;entryX=0.5;entryY=0;entryDx=0;entryDy=0;" target="NGHdp_gngWH9yrq0Q0_0-4">
          <mxGeometry relative="1" as="geometry" />
        </mxCell>
        <mxCell id="v6OCQPZjq4ElUTE85C_Q-8" parent="1" style="rounded=1;whiteSpace=wrap;html=1;" value="E_IPSEC_RES_FAIL_PORT_C_OVER_CNT" vertex="1">
          <mxGeometry height="30" width="270" x="2181" y="350" as="geometry" />
        </mxCell>
        <mxCell id="v6OCQPZjq4ElUTE85C_Q-11" edge="1" parent="1" source="v6OCQPZjq4ElUTE85C_Q-4" style="endArrow=classic;html=1;rounded=0;fontSize=12;startSize=8;endSize=8;exitX=0.5;exitY=1;exitDx=0;exitDy=0;entryX=0.5;entryY=0;entryDx=0;entryDy=0;edgeStyle=orthogonalEdgeStyle;" target="v6OCQPZjq4ElUTE85C_Q-6" value="">
          <mxGeometry height="50" relative="1" width="50" as="geometry">
            <mxPoint x="1920" y="280" as="sourcePoint" />
            <mxPoint x="1970" y="230" as="targetPoint" />
          </mxGeometry>
        </mxCell>
        <mxCell id="NGHdp_gngWH9yrq0Q0_0-10" edge="1" parent="1" source="NGHdp_gngWH9yrq0Q0_0-1" style="edgeStyle=orthogonalEdgeStyle;rounded=0;orthogonalLoop=1;jettySize=auto;html=1;exitX=1;exitY=0.5;exitDx=0;exitDy=0;entryX=0.5;entryY=0;entryDx=0;entryDy=0;strokeColor=light-dark(#FF0000,#FF0000);strokeWidth=2;" target="NGHdp_gngWH9yrq0Q0_0-9">
          <mxGeometry relative="1" as="geometry">
            <Array as="points">
              <mxPoint x="1916" y="500" />
              <mxPoint x="2286" y="500" />
            </Array>
          </mxGeometry>
        </mxCell>
        <mxCell id="NGHdp_gngWH9yrq0Q0_0-1" parent="1" style="rhombus;whiteSpace=wrap;html=1;" value="e_ipsec_ua_type !=&amp;nbsp;&lt;div&gt;E_IPSEC_UA_TYPE_OMD&lt;/div&gt;" vertex="1">
          <mxGeometry height="50" width="200" x="1716" y="430" as="geometry" />
        </mxCell>
        <mxCell id="NGHdp_gngWH9yrq0Q0_0-14" edge="1" parent="1" source="NGHdp_gngWH9yrq0Q0_0-3" style="edgeStyle=orthogonalEdgeStyle;rounded=0;orthogonalLoop=1;jettySize=auto;html=1;exitX=0.5;exitY=1;exitDx=0;exitDy=0;entryX=0.5;entryY=0;entryDx=0;entryDy=0;strokeColor=light-dark(#00FF00,#00FF00);strokeWidth=2;" target="NGHdp_gngWH9yrq0Q0_0-8">
          <mxGeometry relative="1" as="geometry">
            <mxPoint x="2070" y="540" as="targetPoint" />
          </mxGeometry>
        </mxCell>
        <mxCell id="NGHdp_gngWH9yrq0Q0_0-3" parent="1" style="rhombus;whiteSpace=wrap;html=1;" value="e_ipsec_ua_type !=&amp;nbsp;&lt;div&gt;E_IPSEC_UA_TYPE_OMD&lt;/div&gt;" vertex="1">
          <mxGeometry height="50" width="200" x="1951" y="430" as="geometry" />
        </mxCell>
        <mxCell id="NGHdp_gngWH9yrq0Q0_0-4" parent="1" style="rhombus;whiteSpace=wrap;html=1;" value="e_ipsec_ua_type !=&amp;nbsp;&lt;div&gt;E_IPSEC_UA_TYPE_OMD&lt;/div&gt;" vertex="1">
          <mxGeometry height="50" width="200" x="2216" y="430" as="geometry" />
        </mxCell>
        <mxCell id="NGHdp_gngWH9yrq0Q0_0-17" edge="1" parent="1" source="NGHdp_gngWH9yrq0Q0_0-8" style="edgeStyle=orthogonalEdgeStyle;rounded=0;orthogonalLoop=1;jettySize=auto;html=1;exitX=0.5;exitY=1;exitDx=0;exitDy=0;entryX=0.5;entryY=0;entryDx=0;entryDy=0;" target="NGHdp_gngWH9yrq0Q0_0-16">
          <mxGeometry relative="1" as="geometry" />
        </mxCell>
        <mxCell id="NGHdp_gngWH9yrq0Q0_0-8" parent="1" style="rounded=1;whiteSpace=wrap;html=1;" value="&lt;b&gt;&lt;font style=&quot;color: light-dark(rgb(0, 0, 0), rgb(255, 0, 0));&quot;&gt;sip_status_code = 406&lt;/font&gt;&lt;/b&gt;" vertex="1">
          <mxGeometry height="35" width="140" x="1981" y="565" as="geometry" />
        </mxCell>
        <mxCell id="NGHdp_gngWH9yrq0Q0_0-18" edge="1" parent="1" source="NGHdp_gngWH9yrq0Q0_0-9" style="edgeStyle=orthogonalEdgeStyle;rounded=0;orthogonalLoop=1;jettySize=auto;html=1;exitX=0.5;exitY=1;exitDx=0;exitDy=0;entryX=0.5;entryY=0;entryDx=0;entryDy=0;" target="NGHdp_gngWH9yrq0Q0_0-16">
          <mxGeometry relative="1" as="geometry" />
        </mxCell>
        <mxCell id="NGHdp_gngWH9yrq0Q0_0-9" parent="1" style="rounded=1;whiteSpace=wrap;html=1;" value="sip_status_code = OTHER CODE" vertex="1">
          <mxGeometry height="35" width="210" x="2181" y="565" as="geometry" />
        </mxCell>
        <mxCell id="NGHdp_gngWH9yrq0Q0_0-11" edge="1" parent="1" source="NGHdp_gngWH9yrq0Q0_0-3" style="edgeStyle=orthogonalEdgeStyle;rounded=0;orthogonalLoop=1;jettySize=auto;html=1;exitX=1;exitY=0.5;exitDx=0;exitDy=0;entryX=0.5;entryY=0;entryDx=0;entryDy=0;strokeWidth=2;strokeColor=light-dark(#FF0000,#FF0000);" target="NGHdp_gngWH9yrq0Q0_0-9">
          <mxGeometry relative="1" as="geometry">
            <Array as="points">
              <mxPoint x="2151" y="500" />
              <mxPoint x="2285" y="500" />
              <mxPoint x="2285" y="565" />
            </Array>
          </mxGeometry>
        </mxCell>
        <mxCell id="NGHdp_gngWH9yrq0Q0_0-12" edge="1" parent="1" source="NGHdp_gngWH9yrq0Q0_0-4" style="edgeStyle=orthogonalEdgeStyle;rounded=0;orthogonalLoop=1;jettySize=auto;html=1;exitX=1;exitY=0.5;exitDx=0;exitDy=0;entryX=0.5;entryY=0;entryDx=0;entryDy=0;strokeColor=light-dark(#FF0000,#FF0000);strokeWidth=2;" target="NGHdp_gngWH9yrq0Q0_0-9" value="&amp;nbsp;NO&amp;nbsp;">
          <mxGeometry relative="1" x="0.5357" as="geometry">
            <mxPoint as="offset" />
            <Array as="points">
              <mxPoint x="2436" y="455" />
              <mxPoint x="2436" y="500" />
              <mxPoint x="2286" y="500" />
            </Array>
          </mxGeometry>
        </mxCell>
        <mxCell id="NGHdp_gngWH9yrq0Q0_0-15" edge="1" parent="1" source="NGHdp_gngWH9yrq0Q0_0-4" style="edgeStyle=orthogonalEdgeStyle;rounded=0;orthogonalLoop=1;jettySize=auto;html=1;exitX=0.5;exitY=1;exitDx=0;exitDy=0;entryX=0.5;entryY=0;entryDx=0;entryDy=0;strokeColor=#00FF00;strokeWidth=2;" target="NGHdp_gngWH9yrq0Q0_0-8">
          <mxGeometry relative="1" as="geometry">
            <Array as="points">
              <mxPoint x="2316" y="523" />
              <mxPoint x="2051" y="523" />
            </Array>
          </mxGeometry>
        </mxCell>
        <mxCell id="NGHdp_gngWH9yrq0Q0_0-13" edge="1" parent="1" source="NGHdp_gngWH9yrq0Q0_0-1" style="edgeStyle=orthogonalEdgeStyle;rounded=0;orthogonalLoop=1;jettySize=auto;html=1;exitX=0.5;exitY=1;exitDx=0;exitDy=0;entryX=0.5;entryY=0;entryDx=0;entryDy=0;strokeColor=light-dark(#00FF00,#00FF00);strokeWidth=2;" target="NGHdp_gngWH9yrq0Q0_0-8" value="&amp;nbsp;YES&amp;nbsp;">
          <mxGeometry relative="1" x="0.7343" as="geometry">
            <mxPoint as="offset" />
          </mxGeometry>
        </mxCell>
        <mxCell id="NGHdp_gngWH9yrq0Q0_0-16" parent="1" style="rounded=1;whiteSpace=wrap;html=1;" value="mregx_local_resp_proc" vertex="1">
          <mxGeometry height="30" width="160" x="1971" y="670" as="geometry" />
        </mxCell>
        <mxCell id="NGHdp_gngWH9yrq0Q0_0-21" edge="1" parent="1" source="NGHdp_gngWH9yrq0Q0_0-22" style="edgeStyle=none;curved=1;rounded=0;orthogonalLoop=1;jettySize=auto;html=1;exitX=0.5;exitY=1;exitDx=0;exitDy=0;entryX=0.5;entryY=0;entryDx=0;entryDy=0;fontSize=12;startSize=8;endSize=8;" target="NGHdp_gngWH9yrq0Q0_0-24">
          <mxGeometry relative="1" as="geometry" />
        </mxCell>
        <mxCell id="NGHdp_gngWH9yrq0Q0_0-22" parent="1" style="rounded=1;whiteSpace=wrap;html=1;" value="mregx_ipsec_ipc_resp_proc" vertex="1">
          <mxGeometry height="30" width="162" x="2919" y="80" as="geometry" />
        </mxCell>
        <mxCell id="NGHdp_gngWH9yrq0Q0_0-23" edge="1" parent="1" source="NGHdp_gngWH9yrq0Q0_0-24" style="edgeStyle=none;curved=1;rounded=0;orthogonalLoop=1;jettySize=auto;html=1;exitX=0.5;exitY=1;exitDx=0;exitDy=0;entryX=0.5;entryY=0;entryDx=0;entryDy=0;fontSize=12;startSize=8;endSize=8;" target="NGHdp_gngWH9yrq0Q0_0-27">
          <mxGeometry relative="1" as="geometry" />
        </mxCell>
        <mxCell id="NGHdp_gngWH9yrq0Q0_0-24" parent="1" style="rhombus;whiteSpace=wrap;html=1;" value="e_ipsec_result != E_IPSEC_RES_SUCC" vertex="1">
          <mxGeometry height="50" width="290" x="2855" y="160" as="geometry" />
        </mxCell>
        <mxCell id="NGHdp_gngWH9yrq0Q0_0-25" edge="1" parent="1" source="NGHdp_gngWH9yrq0Q0_0-27" style="edgeStyle=orthogonalEdgeStyle;rounded=0;orthogonalLoop=1;jettySize=auto;html=1;exitX=0.5;exitY=1;exitDx=0;exitDy=0;entryX=0.5;entryY=0;entryDx=0;entryDy=0;fontSize=12;startSize=8;endSize=8;" target="NGHdp_gngWH9yrq0Q0_0-31">
          <mxGeometry relative="1" as="geometry" />
        </mxCell>
        <mxCell id="NGHdp_gngWH9yrq0Q0_0-26" edge="1" parent="1" source="NGHdp_gngWH9yrq0Q0_0-27" style="edgeStyle=orthogonalEdgeStyle;rounded=0;orthogonalLoop=1;jettySize=auto;html=1;exitX=0.5;exitY=1;exitDx=0;exitDy=0;entryX=0.5;entryY=0;entryDx=0;entryDy=0;fontSize=12;startSize=8;endSize=8;" target="NGHdp_gngWH9yrq0Q0_0-33">
          <mxGeometry relative="1" as="geometry" />
        </mxCell>
        <mxCell id="NGHdp_gngWH9yrq0Q0_0-27" parent="1" style="rhombus;whiteSpace=wrap;html=1;" value="e_ipsec_result" vertex="1">
          <mxGeometry height="40" width="122" x="2939" y="260" as="geometry" />
        </mxCell>
        <mxCell id="NGHdp_gngWH9yrq0Q0_0-28" edge="1" parent="1" source="NGHdp_gngWH9yrq0Q0_0-29" style="edgeStyle=orthogonalEdgeStyle;rounded=0;orthogonalLoop=1;jettySize=auto;html=1;exitX=0.5;exitY=1;exitDx=0;exitDy=0;entryX=0.5;entryY=0;entryDx=0;entryDy=0;" target="NGHdp_gngWH9yrq0Q0_0-36">
          <mxGeometry relative="1" as="geometry" />
        </mxCell>
        <mxCell id="NGHdp_gngWH9yrq0Q0_0-29" parent="1" style="rounded=1;whiteSpace=wrap;html=1;" value="E_IPSEC_RES_FAIL_PORT_DUP" vertex="1">
          <mxGeometry height="30" width="210" x="2630" y="350" as="geometry" />
        </mxCell>
        <mxCell id="NGHdp_gngWH9yrq0Q0_0-30" edge="1" parent="1" source="NGHdp_gngWH9yrq0Q0_0-31" style="edgeStyle=orthogonalEdgeStyle;rounded=0;orthogonalLoop=1;jettySize=auto;html=1;exitX=0.5;exitY=1;exitDx=0;exitDy=0;entryX=0.5;entryY=0;entryDx=0;entryDy=0;" target="NGHdp_gngWH9yrq0Q0_0-38">
          <mxGeometry relative="1" as="geometry" />
        </mxCell>
        <mxCell id="NGHdp_gngWH9yrq0Q0_0-31" parent="1" style="rounded=1;whiteSpace=wrap;html=1;" value="E_IPSEC_RES_FAIL_SPI_DUP" vertex="1">
          <mxGeometry height="30" width="200" x="2870" y="350" as="geometry" />
        </mxCell>
        <mxCell id="NGHdp_gngWH9yrq0Q0_0-32" edge="1" parent="1" source="NGHdp_gngWH9yrq0Q0_0-33" style="edgeStyle=orthogonalEdgeStyle;rounded=0;orthogonalLoop=1;jettySize=auto;html=1;exitX=0.5;exitY=1;exitDx=0;exitDy=0;entryX=0.5;entryY=0;entryDx=0;entryDy=0;" target="NGHdp_gngWH9yrq0Q0_0-39">
          <mxGeometry relative="1" as="geometry" />
        </mxCell>
        <mxCell id="NGHdp_gngWH9yrq0Q0_0-33" parent="1" style="rounded=1;whiteSpace=wrap;html=1;" value="E_IPSEC_RES_FAIL_PORT_C_OVER_CNT" vertex="1">
          <mxGeometry height="30" width="270" x="3100" y="350" as="geometry" />
        </mxCell>
        <mxCell id="NGHdp_gngWH9yrq0Q0_0-34" edge="1" parent="1" source="NGHdp_gngWH9yrq0Q0_0-27" style="endArrow=classic;html=1;rounded=0;fontSize=12;startSize=8;endSize=8;exitX=0.5;exitY=1;exitDx=0;exitDy=0;entryX=0.5;entryY=0;entryDx=0;entryDy=0;edgeStyle=orthogonalEdgeStyle;" target="NGHdp_gngWH9yrq0Q0_0-29" value="">
          <mxGeometry height="50" relative="1" width="50" as="geometry">
            <mxPoint x="2839" y="280" as="sourcePoint" />
            <mxPoint x="2889" y="230" as="targetPoint" />
          </mxGeometry>
        </mxCell>
        <mxCell id="NGHdp_gngWH9yrq0Q0_0-35" edge="1" parent="1" source="NGHdp_gngWH9yrq0Q0_0-36" style="edgeStyle=orthogonalEdgeStyle;rounded=0;orthogonalLoop=1;jettySize=auto;html=1;exitX=1;exitY=0.5;exitDx=0;exitDy=0;entryX=0.5;entryY=0;entryDx=0;entryDy=0;strokeColor=light-dark(#FF0000,#FF0000);strokeWidth=2;" target="NGHdp_gngWH9yrq0Q0_0-43">
          <mxGeometry relative="1" as="geometry">
            <Array as="points">
              <mxPoint x="2835" y="500" />
              <mxPoint x="3205" y="500" />
            </Array>
          </mxGeometry>
        </mxCell>
        <mxCell id="NGHdp_gngWH9yrq0Q0_0-36" parent="1" style="rhombus;whiteSpace=wrap;html=1;" value="e_ipsec_ua_type !=&amp;nbsp;&lt;div&gt;E_IPSEC_UA_TYPE_OMD&lt;/div&gt;" vertex="1">
          <mxGeometry height="50" width="200" x="2635" y="430" as="geometry" />
        </mxCell>
        <mxCell id="NGHdp_gngWH9yrq0Q0_0-37" edge="1" parent="1" source="NGHdp_gngWH9yrq0Q0_0-38" style="edgeStyle=orthogonalEdgeStyle;rounded=0;orthogonalLoop=1;jettySize=auto;html=1;exitX=0.5;exitY=1;exitDx=0;exitDy=0;entryX=0.5;entryY=0;entryDx=0;entryDy=0;strokeColor=light-dark(#00FF00,#00FF00);strokeWidth=2;" target="NGHdp_gngWH9yrq0Q0_0-41">
          <mxGeometry relative="1" as="geometry">
            <mxPoint x="2989" y="540" as="targetPoint" />
          </mxGeometry>
        </mxCell>
        <mxCell id="NGHdp_gngWH9yrq0Q0_0-38" parent="1" style="rhombus;whiteSpace=wrap;html=1;" value="e_ipsec_ua_type !=&amp;nbsp;&lt;div&gt;E_IPSEC_UA_TYPE_OMD&lt;/div&gt;" vertex="1">
          <mxGeometry height="50" width="200" x="2870" y="430" as="geometry" />
        </mxCell>
        <mxCell id="NGHdp_gngWH9yrq0Q0_0-39" parent="1" style="rhombus;whiteSpace=wrap;html=1;" value="e_ipsec_ua_type !=&amp;nbsp;&lt;div&gt;E_IPSEC_UA_TYPE_OMD&lt;/div&gt;" vertex="1">
          <mxGeometry height="50" width="200" x="3135" y="430" as="geometry" />
        </mxCell>
        <mxCell id="NGHdp_gngWH9yrq0Q0_0-40" edge="1" parent="1" source="NGHdp_gngWH9yrq0Q0_0-41" style="edgeStyle=orthogonalEdgeStyle;rounded=0;orthogonalLoop=1;jettySize=auto;html=1;exitX=0.5;exitY=1;exitDx=0;exitDy=0;entryX=0.5;entryY=0;entryDx=0;entryDy=0;" target="NGHdp_gngWH9yrq0Q0_0-48">
          <mxGeometry relative="1" as="geometry">
            <Array as="points">
              <mxPoint x="2800" y="640" />
              <mxPoint x="2859" y="640" />
            </Array>
          </mxGeometry>
        </mxCell>
        <mxCell id="NGHdp_gngWH9yrq0Q0_0-41" parent="1" style="rounded=1;whiteSpace=wrap;html=1;fillColor=#fff2cc;strokeColor=#d6b656;" value="&lt;b&gt;&lt;font style=&quot;color: light-dark(rgb(255, 0, 0), rgb(255, 0, 0));&quot;&gt;sip_status_code = 설정 코드&lt;/font&gt;&lt;/b&gt;&lt;div&gt;&lt;font style=&quot;color: light-dark(rgb(255, 0, 0), rgb(255, 0, 0));&quot;&gt;&lt;b&gt;* 설정 코드 =&amp;nbsp;&amp;nbsp;&lt;/b&gt;&lt;span style=&quot;background-color: transparent;&quot;&gt;&lt;b&gt;pst_abc_config-&amp;gt;st_config.i_chg_ipsec_err_resp_code&lt;/b&gt;&lt;/span&gt;&lt;/font&gt;&lt;/div&gt;" vertex="1">
          <mxGeometry height="35" width="400" x="2600" y="567" as="geometry" />
        </mxCell>
        <mxCell id="NGHdp_gngWH9yrq0Q0_0-42" edge="1" parent="1" source="NGHdp_gngWH9yrq0Q0_0-43" style="edgeStyle=orthogonalEdgeStyle;rounded=0;orthogonalLoop=1;jettySize=auto;html=1;exitX=0.5;exitY=1;exitDx=0;exitDy=0;entryX=0.5;entryY=0;entryDx=0;entryDy=0;" target="NGHdp_gngWH9yrq0Q0_0-48">
          <mxGeometry relative="1" as="geometry" />
        </mxCell>
        <mxCell id="NGHdp_gngWH9yrq0Q0_0-43" parent="1" style="rounded=1;whiteSpace=wrap;html=1;" value="sip_status_code = &lt;b&gt;&lt;font style=&quot;color: light-dark(rgb(255, 0, 0), rgb(255, 0, 0));&quot;&gt;OTHER CODE&lt;/font&gt;&lt;/b&gt;" vertex="1">
          <mxGeometry height="35" width="210" x="3100" y="565" as="geometry" />
        </mxCell>
        <mxCell id="NGHdp_gngWH9yrq0Q0_0-44" edge="1" parent="1" source="NGHdp_gngWH9yrq0Q0_0-38" style="edgeStyle=orthogonalEdgeStyle;rounded=0;orthogonalLoop=1;jettySize=auto;html=1;exitX=1;exitY=0.5;exitDx=0;exitDy=0;entryX=0.5;entryY=0;entryDx=0;entryDy=0;strokeWidth=2;strokeColor=light-dark(#FF0000,#FF0000);" target="NGHdp_gngWH9yrq0Q0_0-43">
          <mxGeometry relative="1" as="geometry">
            <Array as="points">
              <mxPoint x="3070" y="500" />
              <mxPoint x="3204" y="500" />
              <mxPoint x="3204" y="565" />
            </Array>
          </mxGeometry>
        </mxCell>
        <mxCell id="NGHdp_gngWH9yrq0Q0_0-45" edge="1" parent="1" source="NGHdp_gngWH9yrq0Q0_0-39" style="edgeStyle=orthogonalEdgeStyle;rounded=0;orthogonalLoop=1;jettySize=auto;html=1;exitX=1;exitY=0.5;exitDx=0;exitDy=0;entryX=0.5;entryY=0;entryDx=0;entryDy=0;strokeColor=light-dark(#FF0000,#FF0000);strokeWidth=2;" target="NGHdp_gngWH9yrq0Q0_0-43" value="&amp;nbsp;NO&amp;nbsp;">
          <mxGeometry relative="1" x="0.5357" as="geometry">
            <mxPoint as="offset" />
            <Array as="points">
              <mxPoint x="3355" y="455" />
              <mxPoint x="3355" y="500" />
              <mxPoint x="3205" y="500" />
            </Array>
          </mxGeometry>
        </mxCell>
        <mxCell id="NGHdp_gngWH9yrq0Q0_0-46" edge="1" parent="1" source="NGHdp_gngWH9yrq0Q0_0-39" style="edgeStyle=orthogonalEdgeStyle;rounded=0;orthogonalLoop=1;jettySize=auto;html=1;exitX=0.5;exitY=1;exitDx=0;exitDy=0;entryX=0.5;entryY=0;entryDx=0;entryDy=0;strokeColor=#00FF00;strokeWidth=2;" target="NGHdp_gngWH9yrq0Q0_0-41">
          <mxGeometry relative="1" as="geometry">
            <Array as="points">
              <mxPoint x="3235" y="523" />
              <mxPoint x="2800" y="523" />
            </Array>
          </mxGeometry>
        </mxCell>
        <mxCell id="NGHdp_gngWH9yrq0Q0_0-47" edge="1" parent="1" source="NGHdp_gngWH9yrq0Q0_0-36" style="edgeStyle=orthogonalEdgeStyle;rounded=0;orthogonalLoop=1;jettySize=auto;html=1;exitX=0.5;exitY=1;exitDx=0;exitDy=0;entryX=0.5;entryY=0;entryDx=0;entryDy=0;strokeColor=light-dark(#00FF00,#00FF00);strokeWidth=2;" target="NGHdp_gngWH9yrq0Q0_0-41" value="&amp;nbsp;YES&amp;nbsp;">
          <mxGeometry relative="1" x="0.4268" as="geometry">
            <mxPoint as="offset" />
          </mxGeometry>
        </mxCell>
        <mxCell id="NGHdp_gngWH9yrq0Q0_0-51" edge="1" parent="1" source="NGHdp_gngWH9yrq0Q0_0-48" style="edgeStyle=orthogonalEdgeStyle;rounded=0;orthogonalLoop=1;jettySize=auto;html=1;exitX=0.5;exitY=1;exitDx=0;exitDy=0;entryX=0.5;entryY=0;entryDx=0;entryDy=0;" target="NGHdp_gngWH9yrq0Q0_0-50">
          <mxGeometry relative="1" as="geometry" />
        </mxCell>
        <mxCell id="NGHdp_gngWH9yrq0Q0_0-48" parent="1" style="rounded=1;whiteSpace=wrap;html=1;" value="mregx_local_resp_proc" vertex="1">
          <mxGeometry height="30" width="160" x="2779" y="680" as="geometry" />
        </mxCell>
        <mxCell id="NGHdp_gngWH9yrq0Q0_0-49" parent="1" style="text;html=1;whiteSpace=wrap;strokeColor=none;fillColor=none;align=left;verticalAlign=middle;rounded=0;" value="&lt;div style=&quot;text-align: justify;&quot;&gt;&lt;span style=&quot;background-color: transparent; color: light-dark(rgb(0, 0, 0), rgb(255, 255, 255));&quot;&gt;*&lt;/span&gt;&lt;b style=&quot;background-color: transparent; color: light-dark(rgb(0, 0, 0), rgb(255, 255, 255));&quot;&gt;&lt;font style=&quot;color: light-dark(rgb(255, 0, 0), rgb(255, 0, 0));&quot;&gt;OTHER CODE&lt;/font&gt;&lt;/b&gt;&lt;span style=&quot;background-color: transparent; color: light-dark(rgb(0, 0, 0), rgb(255, 255, 255));&quot;&gt; 가&amp;nbsp;SIP_SC_SER_INTERNAL_SERVER_ERROR(500) 일때&amp;nbsp;&lt;/span&gt;&lt;/div&gt;&lt;div&gt;&lt;div style=&quot;text-align: justify;&quot;&gt;&lt;span style=&quot;background-color: transparent; color: light-dark(rgb(0, 0, 0), rgb(255, 255, 255));&quot;&gt;mregx_local_resp_proc 이후 로직에서는 ua_type 을 보지 않아&lt;/span&gt;&lt;/div&gt;&lt;div style=&quot;text-align: justify;&quot;&gt;&lt;span style=&quot;background-color: transparent; color: light-dark(rgb(0, 0, 0), rgb(255, 255, 255));&quot;&gt;조건 만족 시 Retry-After 헤더를 구성함.&lt;/span&gt;&lt;/div&gt;&lt;/div&gt;" vertex="1">
          <mxGeometry height="30" width="420" x="2990" y="650" as="geometry" />
        </mxCell>
        <mxCell id="NGHdp_gngWH9yrq0Q0_0-55" edge="1" parent="1" source="NGHdp_gngWH9yrq0Q0_0-50" style="edgeStyle=orthogonalEdgeStyle;rounded=0;orthogonalLoop=1;jettySize=auto;html=1;exitX=0.5;exitY=1;exitDx=0;exitDy=0;entryX=0.5;entryY=0;entryDx=0;entryDy=0;" target="NGHdp_gngWH9yrq0Q0_0-52">
          <mxGeometry relative="1" as="geometry" />
        </mxCell>
        <mxCell id="NGHdp_gngWH9yrq0Q0_0-50" parent="1" style="rhombus;whiteSpace=wrap;html=1;fillColor=#fff2cc;strokeColor=#d6b656;" value="sip_status_code == &lt;font style=&quot;color: light-dark(rgb(255, 0, 0), rgb(255, 0, 0));&quot;&gt;&lt;b&gt;500&lt;/b&gt;&lt;/font&gt; &amp;amp;&amp;amp;&lt;div&gt;e_er_cause_code ==&amp;nbsp;&lt;font style=&quot;color: light-dark(rgb(255, 0, 0), rgb(255, 0, 0));&quot;&gt;&lt;b&gt;ERR_REASON_INT_ERR_PORT_CS_DUPLICATED&lt;/b&gt;&lt;/font&gt; ||&lt;/div&gt;&lt;div&gt;&lt;font style=&quot;color: light-dark(rgb(255, 0, 0), rgb(255, 0, 0));&quot;&gt;&lt;b&gt;ERR_REASON_INT_ERR_SPI_DUPLICATED&lt;/b&gt;&lt;/font&gt; ||&lt;/div&gt;&lt;div&gt;&lt;b&gt;&lt;font style=&quot;color: light-dark(rgb(255, 0, 0), rgb(255, 0, 0));&quot;&gt;ERR_REASON_INT_ERR_SA_COUNT_EXCEED&lt;/font&gt;&lt;/b&gt;&lt;/div&gt;" vertex="1">
          <mxGeometry height="80" width="400" x="2659" y="750" as="geometry" />
        </mxCell>
        <mxCell id="NGHdp_gngWH9yrq0Q0_0-58" edge="1" parent="1" source="NGHdp_gngWH9yrq0Q0_0-52" style="edgeStyle=orthogonalEdgeStyle;rounded=0;orthogonalLoop=1;jettySize=auto;html=1;exitX=0.5;exitY=1;exitDx=0;exitDy=0;entryX=0.5;entryY=0;entryDx=0;entryDy=0;" target="NGHdp_gngWH9yrq0Q0_0-57" value="yes">
          <mxGeometry relative="1" as="geometry" />
        </mxCell>
        <mxCell id="NGHdp_gngWH9yrq0Q0_0-59" edge="1" parent="1" source="NGHdp_gngWH9yrq0Q0_0-52" style="edgeStyle=orthogonalEdgeStyle;rounded=0;orthogonalLoop=1;jettySize=auto;html=1;exitX=1;exitY=0.5;exitDx=0;exitDy=0;entryX=1;entryY=0.5;entryDx=0;entryDy=0;" target="NGHdp_gngWH9yrq0Q0_0-56" value="no">
          <mxGeometry relative="1" as="geometry" />
        </mxCell>
        <mxCell id="NGHdp_gngWH9yrq0Q0_0-52" parent="1" style="rhombus;whiteSpace=wrap;html=1;fillColor=#fff2cc;strokeColor=#d6b656;" value="&lt;font style=&quot;color: light-dark(rgb(255, 0, 0), rgb(255, 0, 0));&quot;&gt;&lt;b&gt;*retry_after 설정 값&lt;/b&gt;&lt;/font&gt; &amp;gt; 0" vertex="1">
          <mxGeometry height="30" width="170" x="2774" y="870" as="geometry" />
        </mxCell>
-         <mxCell id="NGHdp_gngWH9yrq0Q0_0-54" parent="1" style="text;html=1;whiteSpace=wrap;strokeColor=none;fillColor=none;align=left;verticalAlign=middle;rounded=0;" value="&lt;div style=&quot;text-align: justify;&quot;&gt;&lt;span style=&quot;background-color: transparent; color: light-dark(rgb(0, 0, 0), rgb(255, 255, 255));&quot;&gt;* retry_after 설정 값:&lt;/span&gt;&lt;/div&gt;&lt;div style=&quot;text-align: justify;&quot;&gt;&lt;span style=&quot;background-color: transparent; color: light-dark(rgb(0, 0, 0), rgb(255, 255, 255));&quot;&gt;pst_abc_config-&amp;gt;st_pcsm.i_roam_ipsec_err_retry_after&lt;/span&gt;&lt;/div&gt;" vertex="1">
+         <mxCell id="NGHdp_gngWH9yrq0Q0_0-54" parent="1" style="text;html=1;whiteSpace=wrap;strokeColor=none;fillColor=none;align=left;verticalAlign=middle;rounded=0;" value="&lt;div style=&quot;text-align: justify;&quot;&gt;&lt;span style=&quot;background-color: transparent;&quot;&gt;&lt;font style=&quot;color: light-dark(rgb(255, 0, 0), rgb(255, 0, 0));&quot;&gt;* &lt;/font&gt;&lt;b style=&quot;&quot;&gt;&lt;font style=&quot;color: light-dark(rgb(255, 0, 0), rgb(255, 0, 0));&quot;&gt;retry_after&lt;/font&gt;&lt;/b&gt;&lt;font style=&quot;color: light-dark(rgb(255, 0, 0), rgb(255, 0, 0));&quot;&gt; &lt;/font&gt;&lt;font style=&quot;color: light-dark(rgb(0, 0, 0), rgb(255, 0, 0));&quot;&gt;설정 값:&lt;/font&gt;&lt;/span&gt;&lt;/div&gt;&lt;div style=&quot;text-align: justify;&quot;&gt;&lt;span style=&quot;background-color: transparent; color: light-dark(rgb(0, 0, 0), rgb(255, 255, 255));&quot;&gt;pst_abc_config-&amp;gt;st_pcsm.i_roam_ipsec_err_retry_after&lt;/span&gt;&lt;/div&gt;" vertex="1">
          <mxGeometry height="30" width="340" x="2980" y="870" as="geometry" />
        </mxCell>
        <mxCell id="NGHdp_gngWH9yrq0Q0_0-56" parent="1" style="rounded=1;whiteSpace=wrap;html=1;" value="이후 로직 수행" vertex="1">
          <mxGeometry height="30" width="89" x="2814.5" y="1040" as="geometry" />
        </mxCell>
        <mxCell id="NGHdp_gngWH9yrq0Q0_0-60" edge="1" parent="1" source="NGHdp_gngWH9yrq0Q0_0-57" style="edgeStyle=orthogonalEdgeStyle;rounded=0;orthogonalLoop=1;jettySize=auto;html=1;exitX=0.5;exitY=1;exitDx=0;exitDy=0;entryX=0.5;entryY=0;entryDx=0;entryDy=0;" target="NGHdp_gngWH9yrq0Q0_0-56">
          <mxGeometry relative="1" as="geometry" />
        </mxCell>
        <mxCell id="NGHdp_gngWH9yrq0Q0_0-57" parent="1" style="rounded=1;whiteSpace=wrap;html=1;fillColor=#fff2cc;strokeColor=#d6b656;" value="Retry-After 헤더&lt;br&gt;&lt;b&gt;&lt;font style=&quot;color: light-dark(rgb(255, 0, 0), rgb(255, 0, 0));&quot;&gt;*retry_after 설정값&lt;/font&gt;&lt;/b&gt;으로 세팅" vertex="1">
          <mxGeometry height="50" width="160" x="2779" y="950" as="geometry" />
        </mxCell>
      </root>
    </mxGraphModel>
  </diagram>
</mxfile>
